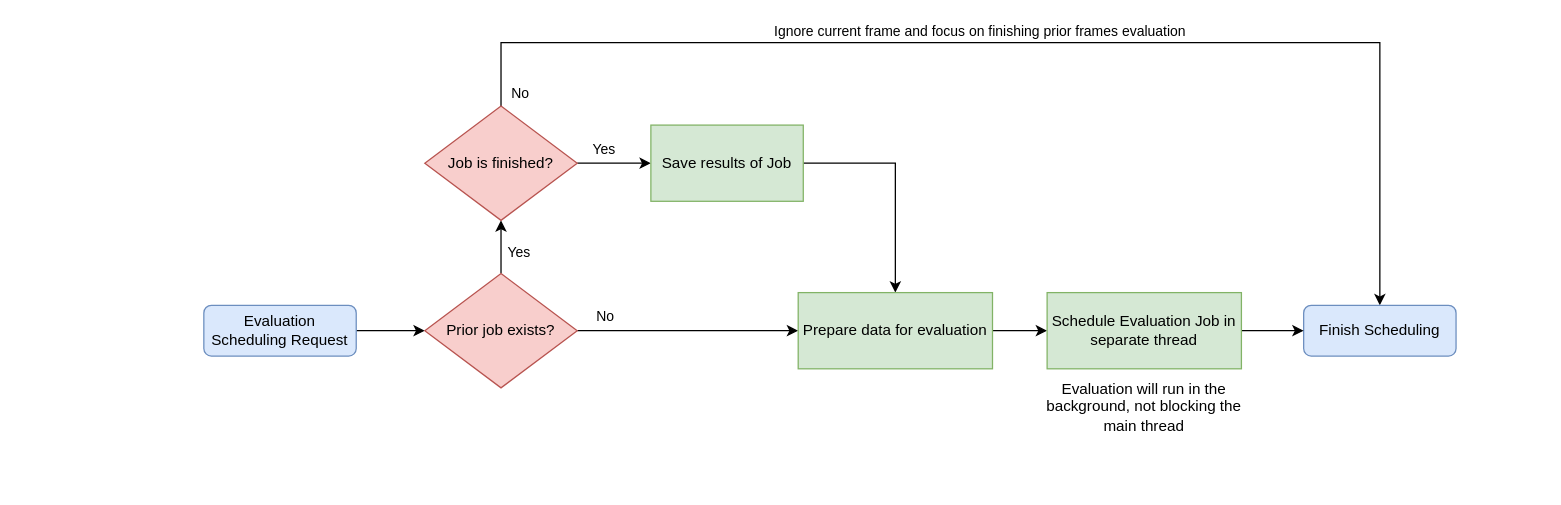
Above: Thesis/documents/HgbThesisEN/images/EvaluationFlow.drawio in Shebbyy/InpaintAR (draw.io), before the change. Source tidied: cells renumbered, new cells numbered last; positions are measured from the earlier drawing's top-left corner, leaving out a move shared by most shapes. Both pictures are drawn from the tidied source at 127%, with x=0, y=0 at pixel (203, 42).
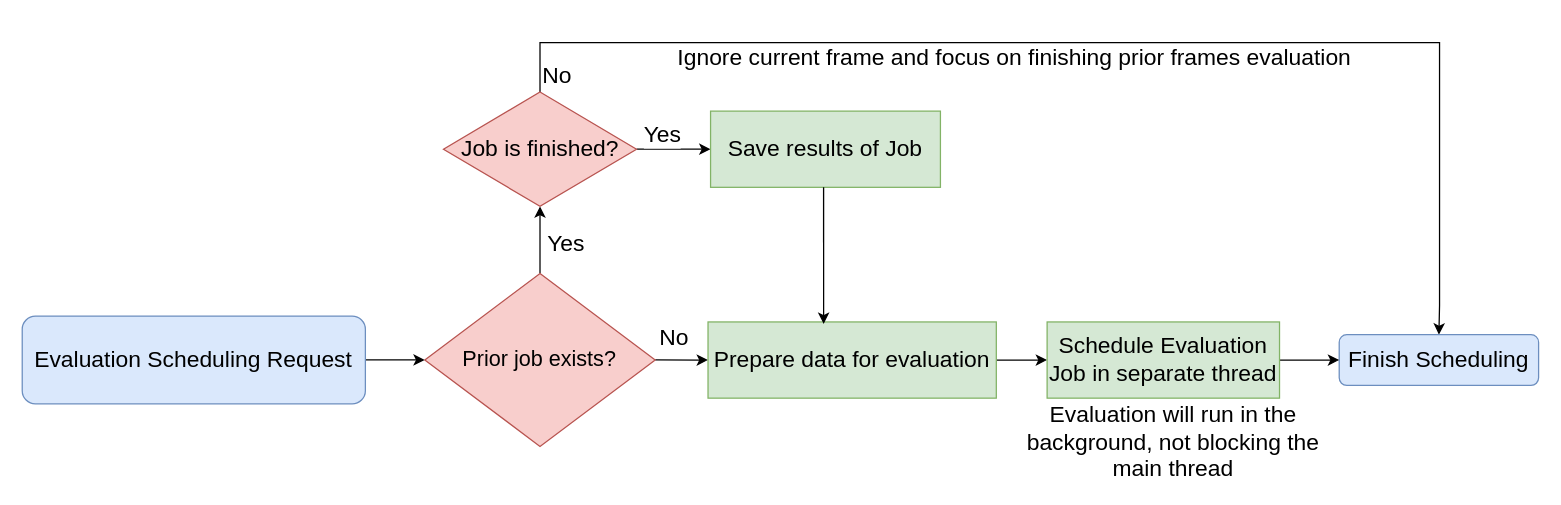
Above is the later version.

Unchanged cells that the change refers to:
```xml
<mxCell id="7" style="edgeStyle=orthogonalEdgeStyle;rounded=0;jettySize=auto;html=1;entryX=0;entryY=0.5;entryDx=0;entryDy=0;exitX=1;exitY=0.5;exitDx=0;exitDy=0;" parent="1" edge="1" source="17" target="11">
  <mxGeometry relative="1" as="geometry" />
</mxCell>
<mxCell id="12" style="edgeStyle=orthogonalEdgeStyle;rounded=0;jettySize=auto;html=1;exitX=0.5;exitY=0;exitDx=0;exitDy=0;entryX=0.5;entryY=1;entryDx=0;entryDy=0;" parent="1" edge="1" source="16" target="17">
  <mxGeometry relative="1" as="geometry" />
</mxCell>
```

The edit, as a diff of the source:
```diff
@@
-    <mxCell id="3" value="Evaluation Scheduling Request" style="rounded=1;whiteSpace=wrap;html=1;fontSize=12;glass=0;strokeWidth=1;shadow=0;fillColor=#dae8fc;strokeColor=#6c8ebf;" parent="1" vertex="1">
-      <mxGeometry y="206.9" width="120" height="40" as="geometry" />
+    <mxCell id="3" value="&lt;font style=&quot;font-size: 18px;&quot;&gt;Evaluation Scheduling Request&lt;/font&gt;" style="rounded=1;whiteSpace=wrap;html=1;fontSize=12;glass=0;strokeWidth=1;shadow=0;fillColor=#dae8fc;strokeColor=#6c8ebf;" parent="1" vertex="1">
+      <mxGeometry x="-143" y="215.4" width="270.2" height="69.1" as="geometry" />
     </mxCell>
     <mxCell id="4" style="edgeStyle=orthogonalEdgeStyle;rounded=0;jettySize=auto;html=1;entryX=0.5;entryY=0;entryDx=0;entryDy=0;exitX=0.5;exitY=0;exitDx=0;exitDy=0;" parent="1" edge="1" source="17" target="9">
       <mxGeometry relative="1" as="geometry">
         <Array as="points">
-          <mxPoint x="234" />
-          <mxPoint x="926" />
+          <mxPoint x="265" />
+          <mxPoint x="973" />
+          <mxPoint x="973" y="207" />
+          <mxPoint x="973" y="207" />
         </Array>
       </mxGeometry>
     </mxCell>
-    <mxCell id="5" value="Ignore current frame and focus on finishing prior frames evaluation" style="edgeLabel;html=1;align=center;verticalAlign=middle;" parent="4" vertex="1">
+    <mxCell id="5" value="&lt;font style=&quot;font-size: 18px;&quot;&gt;Ignore current frame and focus on finishing prior frames evaluation&lt;/font&gt;" style="edgeLabel;html=1;align=center;verticalAlign=middle;" parent="4" vertex="1">
       <mxGeometry x="-0.18" y="8" relative="1" as="geometry">
-        <mxPoint x="37" y="-2" as="offset" />
+        <mxPoint x="11" y="19" as="offset" />
       </mxGeometry>
     </mxCell>
-    <mxCell id="6" value="No" style="edgeLabel;html=1;align=center;verticalAlign=middle;" parent="4" vertex="1">
+    <mxCell id="6" value="&lt;font style=&quot;font-size: 18px;&quot;&gt;No&lt;/font&gt;" style="edgeLabel;html=1;align=center;verticalAlign=middle;" parent="4" vertex="1">
       <mxGeometry x="-0.91" y="-3" relative="1" as="geometry">
-        <mxPoint x="11" y="32" as="offset" />
+        <mxPoint x="8" y="22" as="offset" />
       </mxGeometry>
     </mxCell>
@@
-    <mxCell id="8" value="Yes" style="edgeLabel;html=1;align=center;verticalAlign=middle;" parent="7" vertex="1">
+    <mxCell id="8" value="&lt;font style=&quot;font-size: 18px;&quot;&gt;Yes&lt;/font&gt;" style="edgeLabel;html=1;align=center;verticalAlign=middle;" parent="7" vertex="1">
       <mxGeometry x="-0.35" y="-3" relative="1" as="geometry">
         <mxPoint x="1" y="-15" as="offset" />
       </mxGeometry>
     </mxCell>
-    <mxCell id="9" value="Finish Scheduling" style="rounded=1;whiteSpace=wrap;html=1;fontSize=12;glass=0;strokeWidth=1;shadow=0;fillColor=#dae8fc;strokeColor=#6c8ebf;" parent="1" vertex="1">
-      <mxGeometry x="866" y="206.9" width="120" height="40" as="geometry" />
+    <mxCell id="9" value="&lt;font style=&quot;font-size: 18px;&quot;&gt;Finish Scheduling&lt;/font&gt;" style="rounded=1;whiteSpace=wrap;html=1;fontSize=12;glass=0;strokeWidth=1;shadow=0;fillColor=#dae8fc;strokeColor=#6c8ebf;" parent="1" vertex="1">
+      <mxGeometry x="894" y="230" width="157" height="40" as="geometry" />
     </mxCell>
-    <mxCell id="10" style="edgeStyle=orthogonalEdgeStyle;rounded=0;jettySize=auto;html=1;exitX=1;exitY=0.5;exitDx=0;exitDy=0;entryX=0.5;entryY=0;entryDx=0;entryDy=0;" parent="1" edge="1" source="11" target="19">
-      <mxGeometry relative="1" as="geometry">
-        <Array as="points">
-          <mxPoint x="545" y="95" />
-          <mxPoint x="545" y="197" />
-        </Array>
-      </mxGeometry>
-    </mxCell>
-    <mxCell id="11" value="&lt;div&gt;Save results of Job&lt;/div&gt;" style="rounded=0;whiteSpace=wrap;html=1;fillColor=#d5e8d4;strokeColor=#82b366;" parent="1" vertex="1">
-      <mxGeometry x="352" y="65" width="120" height="60" as="geometry" />
+    <mxCell id="11" value="&lt;div&gt;&lt;font style=&quot;font-size: 18px;&quot;&gt;Save results of Job&lt;/font&gt;&lt;/div&gt;" style="rounded=0;whiteSpace=wrap;html=1;fillColor=#d5e8d4;strokeColor=#82b366;" parent="1" vertex="1">
+      <mxGeometry x="399" y="54" width="181" height="60" as="geometry" />
     </mxCell>
+    <mxCell id="14" style="edgeStyle=orthogonalEdgeStyle;rounded=0;jettySize=auto;html=1;exitX=1;exitY=0.5;exitDx=0;exitDy=0;entryX=0;entryY=0.5;entryDx=0;entryDy=0;" parent="1" edge="1" source="16" target="19">
+      <mxGeometry relative="1" as="geometry" />
+    </mxCell>
+    <mxCell id="15" value="No" style="edgeLabel;html=1;align=center;verticalAlign=middle;" parent="14" vertex="1">
+      <mxGeometry x="0.11" y="1" relative="1" as="geometry">
+        <mxPoint x="-76" y="-10" as="offset" />
+      </mxGeometry>
+    </mxCell>
@@
-    <mxCell id="13" value="Yes" style="edgeLabel;html=1;align=center;verticalAlign=middle;" parent="12" vertex="1">
-      <mxGeometry x="-0.01" y="1" relative="1" as="geometry">
-        <mxPoint x="14" y="4" as="offset" />
+    <mxCell id="13" value="&lt;font style=&quot;font-size: 18px;&quot;&gt;Yes&lt;/font&gt;" style="edgeLabel;html=1;align=center;verticalAlign=middle;" parent="12" vertex="1">
+      <mxGeometry x="-0.14" relative="1" as="geometry">
+        <mxPoint x="20" as="offset" />
       </mxGeometry>
     </mxCell>
-    <mxCell id="14" style="edgeStyle=orthogonalEdgeStyle;rounded=0;jettySize=auto;html=1;exitX=1;exitY=0.5;exitDx=0;exitDy=0;entryX=0;entryY=0.5;entryDx=0;entryDy=0;" parent="1" edge="1" source="16" target="19">
-      <mxGeometry relative="1" as="geometry" />
-    </mxCell>
-    <mxCell id="15" value="No" style="edgeLabel;html=1;align=center;verticalAlign=middle;" parent="14" vertex="1">
-      <mxGeometry x="0.11" y="1" relative="1" as="geometry">
-        <mxPoint x="-76" y="-10" as="offset" />
-      </mxGeometry>
-    </mxCell>
-    <mxCell id="16" value="Prior job exists?" style="rhombus;whiteSpace=wrap;html=1;fillColor=#f8cecc;strokeColor=#b85450;" parent="1" vertex="1">
-      <mxGeometry x="174" y="181.9" width="120" height="90" as="geometry" />
+    <mxCell id="16" value="&lt;font style=&quot;font-size: 17px;&quot;&gt;Prior job exists?&lt;/font&gt;" style="rhombus;whiteSpace=wrap;html=1;fillColor=#f8cecc;strokeColor=#b85450;" parent="1" vertex="1">
+      <mxGeometry x="174" y="181.9" width="181.4" height="136.1" as="geometry" />
     </mxCell>
-    <mxCell id="17" value="Job is finished?" style="rhombus;whiteSpace=wrap;html=1;fillColor=#f8cecc;strokeColor=#b85450;" parent="1" vertex="1">
-      <mxGeometry x="174" y="50" width="120" height="90" as="geometry" />
+    <mxCell id="17" value="&lt;font style=&quot;font-size: 18px;&quot;&gt;Job is finished?&lt;/font&gt;" style="rhombus;whiteSpace=wrap;html=1;fillColor=#f8cecc;strokeColor=#b85450;" parent="1" vertex="1">
+      <mxGeometry x="188.7" y="39" width="152" height="90" as="geometry" />
     </mxCell>
@@
-    <mxCell id="19" value="Prepare data for evaluation" style="rounded=0;whiteSpace=wrap;html=1;fillColor=#d5e8d4;strokeColor=#82b366;" parent="1" vertex="1">
-      <mxGeometry x="468" y="196.9" width="153" height="60" as="geometry" />
+    <mxCell id="19" value="&lt;font style=&quot;font-size: 18px;&quot;&gt;Prepare data for evaluation&lt;/font&gt;" style="rounded=0;whiteSpace=wrap;html=1;fillColor=#d5e8d4;strokeColor=#82b366;" parent="1" vertex="1">
+      <mxGeometry x="397" y="220" width="227" height="60" as="geometry" />
     </mxCell>
@@
-    <mxCell id="21" value="Schedule Evaluation Job in separate thread" style="rounded=0;whiteSpace=wrap;html=1;fillColor=#d5e8d4;strokeColor=#82b366;" parent="1" vertex="1">
-      <mxGeometry x="664" y="196.9" width="153" height="60" as="geometry" />
+    <mxCell id="21" value="&lt;font style=&quot;font-size: 18px;&quot;&gt;Schedule Evaluation Job in separate thread&lt;/font&gt;" style="rounded=0;whiteSpace=wrap;html=1;fillColor=#d5e8d4;strokeColor=#82b366;" parent="1" vertex="1">
+      <mxGeometry x="664" y="220" width="183" height="60" as="geometry" />
     </mxCell>
-    <mxCell id="22" value="Evaluation will run in the background, not blocking the main thread" style="text;html=1;whiteSpace=wrap;strokeColor=none;fillColor=none;align=center;verticalAlign=middle;rounded=0;" parent="1" vertex="1">
-      <mxGeometry x="651" y="271.9" width="179" height="30" as="geometry" />
+    <mxCell id="22" value="&lt;font style=&quot;font-size: 18px;&quot;&gt;Evaluation will run in the background, not blocking the main thread&lt;/font&gt;" style="text;html=1;whiteSpace=wrap;strokeColor=none;fillColor=none;align=center;verticalAlign=middle;rounded=0;" parent="1" vertex="1">
+      <mxGeometry x="636" y="300" width="255" height="30" as="geometry" />
     </mxCell>
+    <mxCell id="23" style="edgeStyle=orthogonalEdgeStyle;rounded=0;jettySize=auto;html=1;entryX=0.401;entryY=0.027;entryDx=0;entryDy=0;entryPerimeter=0;" parent="1" edge="1" target="19">
+      <mxGeometry relative="1" as="geometry">
+        <mxPoint x="488" y="114" as="sourcePoint" />
+        <Array as="points">
+          <mxPoint x="488" y="114" />
+        </Array>
+      </mxGeometry>
+    </mxCell>
+    <mxCell id="24" value="&lt;font style=&quot;font-size: 18px;&quot;&gt;No&lt;/font&gt;" style="edgeLabel;html=1;align=center;verticalAlign=middle;" parent="1" vertex="1">
+      <mxGeometry x="370" y="230" as="geometry">
+        <mxPoint x="-1" y="2" as="offset" />
+      </mxGeometry>
+    </mxCell>
```
